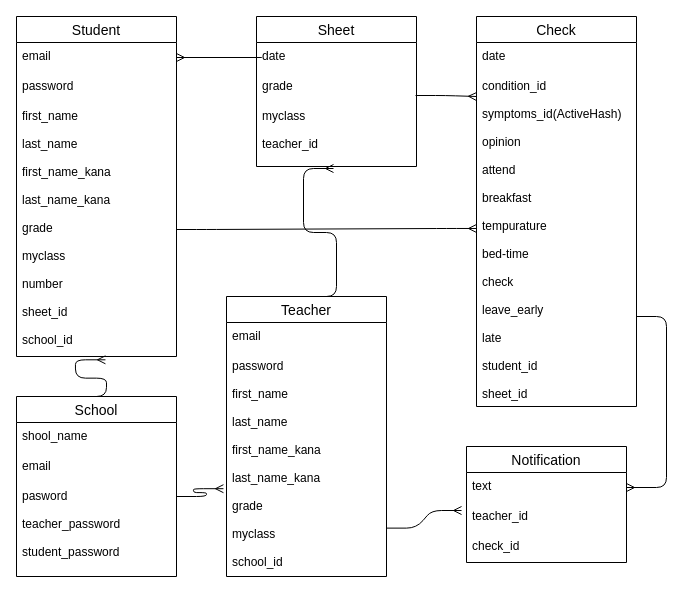
Before: ER.dio in masataku/health_check, a draw.io diagram. Source tidied: cells renumbered, new cells numbered last; positions are measured from the earlier drawing's top-left corner, leaving out a move shared by most shapes. Both pictures are drawn from the tidied source at 100%, with x=0, y=0 at pixel (16, 16).
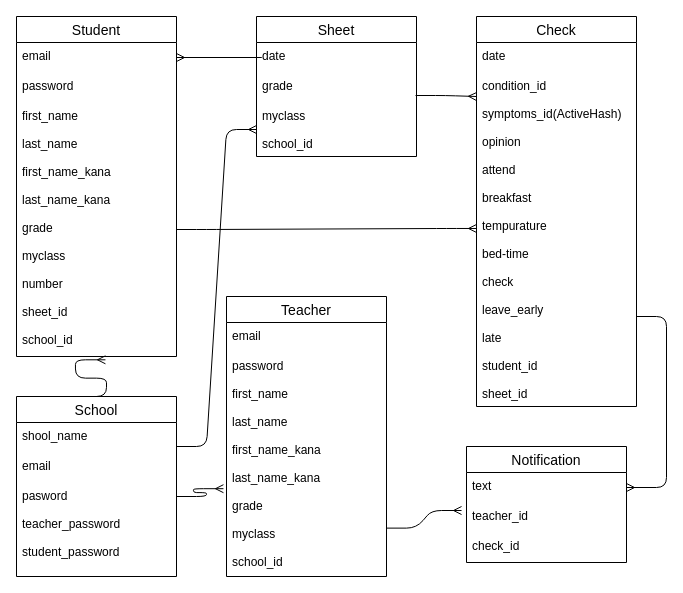
After the change.

Commit message (it also covers changes not shown here):
テーブル設計の修正

Unchanged cells that the change refers to:
```xml
<mxCell id="14" value="Teacher" style="swimlane;fontStyle=0;horizontal=1;startSize=26;align=center;fontSize=14;" parent="1" vertex="1">
  <mxGeometry x="210" y="280" width="160" height="280" as="geometry" />
</mxCell>
```

Change to the diagram source:
```diff
@@
     <mxCell id="10" value="Sheet" style="swimlane;fontStyle=0;horizontal=1;startSize=26;align=center;fontSize=14;" parent="1" vertex="1">
-      <mxGeometry x="240" width="160" height="150" as="geometry" />
+      <mxGeometry x="240" width="160" height="140" as="geometry" />
     </mxCell>
@@
-    <mxCell id="13" value="myclass&#10;&#10;teacher_id&#10;" style="text;strokeColor=none;fillColor=none;spacingLeft=4;spacingRight=4;overflow=hidden;points=[[0,0.5],[1,0.5]];portConstraint=eastwest;fontSize=12;" parent="10" vertex="1">
-      <mxGeometry y="86" width="160" height="64" as="geometry" />
+    <mxCell id="13" value="myclass&#10;&#10;school_id" style="text;strokeColor=none;fillColor=none;spacingLeft=4;spacingRight=4;overflow=hidden;points=[[0,0.5],[1,0.5]];portConstraint=eastwest;fontSize=12;" parent="10" vertex="1">
+      <mxGeometry y="86" width="160" height="54" as="geometry" />
     </mxCell>
@@
+    <mxCell id="32" style="edgeStyle=entityRelationEdgeStyle;fontSize=12;html=1;endArrow=ERmany;entryX=0;entryY=0.5;entryDx=0;entryDy=0;" parent="14" edge="1" target="13">
+      <mxGeometry relative="1" as="geometry">
+        <mxPoint x="-50" y="150" as="sourcePoint" />
+      </mxGeometry>
+    </mxCell>
@@
-    <mxCell id="30" style="edgeStyle=entityRelationEdgeStyle;fontSize=12;html=1;endArrow=ERmany;exitX=0.5;exitY=0;exitDx=0;exitDy=0;" parent="1" edge="1" source="14">
-      <mxGeometry relative="1" as="geometry">
-        <mxPoint x="317" y="152" as="targetPoint" />
-      </mxGeometry>
-    </mxCell>
```
